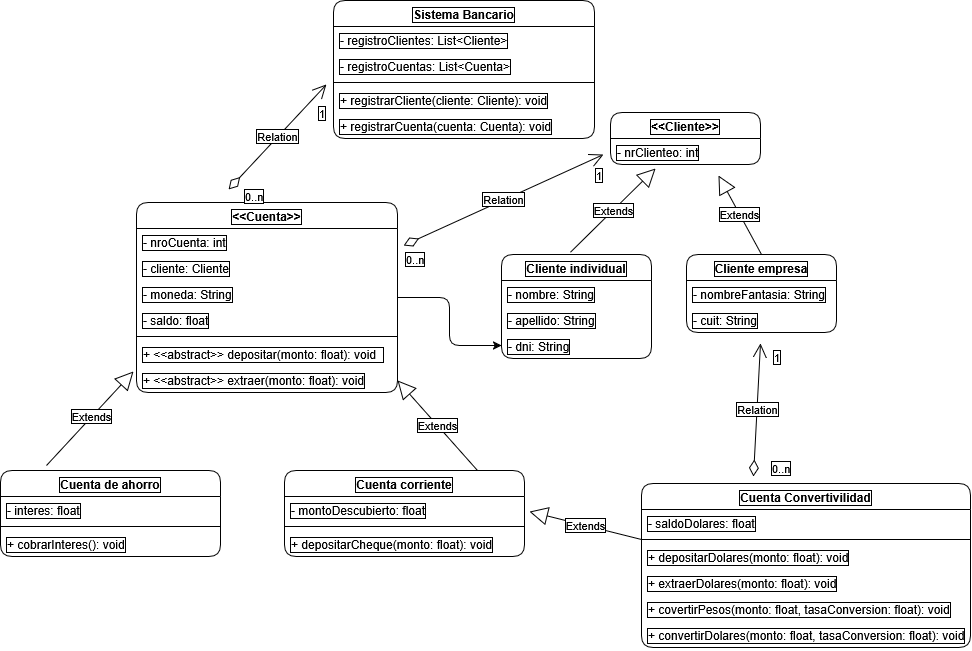
Above: java-poo/target/classes/docs/banco.drawio.png in cuervoponce/proyectos (draw.io), before the change. Source tidied: cells renumbered, new cells last; positions are measured from the earlier drawing's top-left corner, leaving out a move shared by most shapes.
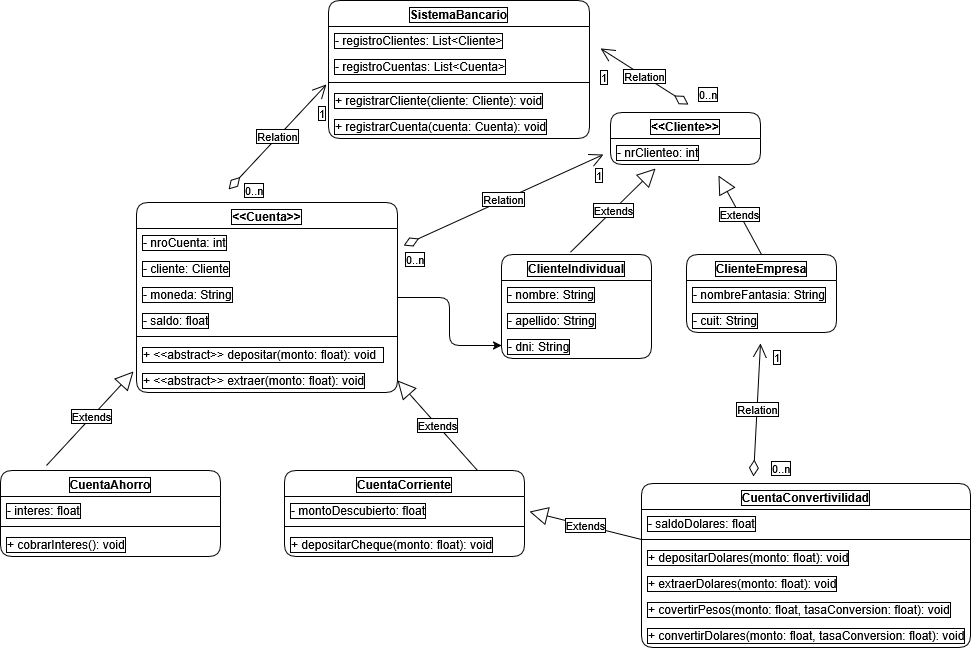
The same diagram one commit later.

Change to the diagram source:
```diff
@@ -29,7 +29,7 @@
     <mxCell id="10" value="+ &amp;lt;&amp;lt;abstract&amp;gt;&amp;gt; extraer(monto: float): void" style="text;strokeColor=none;fillColor=none;align=left;verticalAlign=top;spacingLeft=4;spacingRight=4;overflow=hidden;whiteSpace=wrap;html=1;fontColor=light-dark(#000000,#FFFFFF);labelBackgroundColor=light-dark(#FFFFFF,#000000);labelBorderColor=light-dark(#000000,#FFFFFF);rounded=1;" parent="3" vertex="1">
       <mxGeometry y="164" width="261" height="26" as="geometry" />
     </mxCell>
-    <mxCell id="11" value="Cliente individual" style="swimlane;fontStyle=1;align=center;verticalAlign=top;horizontal=1;startSize=26;whiteSpace=wrap;html=1;fontColor=light-dark(#000000,#FFFFFF);labelBackgroundColor=light-dark(#FFFFFF,#000000);labelBorderColor=light-dark(#000000,#FFFFFF);rounded=1;" parent="1" vertex="1">
+    <mxCell id="11" value="ClienteIndividual" style="swimlane;fontStyle=1;align=center;verticalAlign=top;horizontal=1;startSize=26;whiteSpace=wrap;html=1;fontColor=light-dark(#000000,#FFFFFF);labelBackgroundColor=light-dark(#FFFFFF,#000000);labelBorderColor=light-dark(#000000,#FFFFFF);rounded=1;" parent="1" vertex="1">
       <mxGeometry x="501" y="254" width="150" height="104" as="geometry" />
     </mxCell>
     <mxCell id="12" value="- nombre: String" style="text;strokeColor=none;fillColor=none;align=left;verticalAlign=top;spacingLeft=4;spacingRight=4;overflow=hidden;whiteSpace=wrap;html=1;fontColor=light-dark(#000000,#FFFFFF);labelBackgroundColor=light-dark(#FFFFFF,#000000);labelBorderColor=light-dark(#000000,#FFFFFF);rounded=1;" parent="11" vertex="1">
@@ -41,7 +41,7 @@
     <mxCell id="14" value="- dni: String" style="text;strokeColor=none;fillColor=none;align=left;verticalAlign=top;spacingLeft=4;spacingRight=4;overflow=hidden;points=[[0,0.5],[1,0.5]];portConstraint=eastwest;whiteSpace=wrap;html=1;fontColor=light-dark(#000000,#FFFFFF);labelBackgroundColor=light-dark(#FFFFFF,#000000);labelBorderColor=light-dark(#000000,#FFFFFF);rounded=1;" parent="11" vertex="1">
       <mxGeometry y="78" width="150" height="26" as="geometry" />
     </mxCell>
-    <mxCell id="15" value="Cliente empresa" style="swimlane;fontStyle=1;align=center;verticalAlign=top;horizontal=1;startSize=26;whiteSpace=wrap;html=1;fontColor=light-dark(#000000,#FFFFFF);labelBackgroundColor=light-dark(#FFFFFF,#000000);labelBorderColor=light-dark(#000000,#FFFFFF);rounded=1;" parent="1" vertex="1">
+    <mxCell id="15" value="ClienteEmpresa" style="swimlane;fontStyle=1;align=center;verticalAlign=top;horizontal=1;startSize=26;whiteSpace=wrap;html=1;fontColor=light-dark(#000000,#FFFFFF);labelBackgroundColor=light-dark(#FFFFFF,#000000);labelBorderColor=light-dark(#000000,#FFFFFF);rounded=1;" parent="1" vertex="1">
       <mxGeometry x="686" y="254" width="150" height="78" as="geometry" />
     </mxCell>
     <mxCell id="16" value="- nombreFantasia: String" style="text;strokeColor=none;fillColor=none;align=left;verticalAlign=top;spacingLeft=4;spacingRight=4;overflow=hidden;whiteSpace=wrap;html=1;fontColor=light-dark(#000000,#FFFFFF);labelBackgroundColor=light-dark(#FFFFFF,#000000);labelBorderColor=light-dark(#000000,#FFFFFF);rounded=1;" parent="15" vertex="1">
@@ -50,7 +50,7 @@
     <mxCell id="17" value="- cuit: String" style="text;strokeColor=none;fillColor=none;align=left;verticalAlign=top;spacingLeft=4;spacingRight=4;overflow=hidden;whiteSpace=wrap;html=1;fontColor=light-dark(#000000,#FFFFFF);labelBackgroundColor=light-dark(#FFFFFF,#000000);labelBorderColor=light-dark(#000000,#FFFFFF);rounded=1;" parent="15" vertex="1">
       <mxGeometry y="52" width="150" height="26" as="geometry" />
     </mxCell>
-    <mxCell id="18" value="Cuenta de ahorro" style="swimlane;fontStyle=1;align=center;verticalAlign=top;horizontal=1;startSize=26;whiteSpace=wrap;html=1;fontColor=light-dark(#000000,#FFFFFF);labelBackgroundColor=light-dark(#FFFFFF,#000000);labelBorderColor=light-dark(#000000,#FFFFFF);rounded=1;" parent="1" vertex="1">
+    <mxCell id="18" value="CuentaAhorro" style="swimlane;fontStyle=1;align=center;verticalAlign=top;horizontal=1;startSize=26;whiteSpace=wrap;html=1;fontColor=light-dark(#000000,#FFFFFF);labelBackgroundColor=light-dark(#FFFFFF,#000000);labelBorderColor=light-dark(#000000,#FFFFFF);rounded=1;" parent="1" vertex="1">
       <mxGeometry y="470" width="220" height="86" as="geometry" />
     </mxCell>
     <mxCell id="19" value="- interes: float" style="text;strokeColor=none;fillColor=none;align=left;verticalAlign=top;spacingLeft=4;spacingRight=4;overflow=hidden;whiteSpace=wrap;html=1;fontColor=light-dark(#000000,#FFFFFF);labelBackgroundColor=light-dark(#FFFFFF,#000000);labelBorderColor=light-dark(#000000,#FFFFFF);rounded=1;" parent="18" vertex="1">
@@ -62,7 +62,7 @@
     <mxCell id="21" value="+ cobrarInteres(): void" style="text;strokeColor=none;fillColor=none;align=left;verticalAlign=top;spacingLeft=4;spacingRight=4;overflow=hidden;whiteSpace=wrap;html=1;fontColor=light-dark(#000000,#FFFFFF);labelBackgroundColor=light-dark(#FFFFFF,#000000);labelBorderColor=light-dark(#000000,#FFFFFF);rounded=1;" parent="18" vertex="1">
       <mxGeometry y="60" width="220" height="26" as="geometry" />
     </mxCell>
-    <mxCell id="22" value="Cuenta corriente" style="swimlane;fontStyle=1;align=center;verticalAlign=top;horizontal=1;startSize=26;whiteSpace=wrap;html=1;fontColor=light-dark(#000000,#FFFFFF);labelBackgroundColor=light-dark(#FFFFFF,#000000);labelBorderColor=light-dark(#000000,#FFFFFF);rounded=1;" parent="1" vertex="1">
+    <mxCell id="22" value="CuentaCorriente" style="swimlane;fontStyle=1;align=center;verticalAlign=top;horizontal=1;startSize=26;whiteSpace=wrap;html=1;fontColor=light-dark(#000000,#FFFFFF);labelBackgroundColor=light-dark(#FFFFFF,#000000);labelBorderColor=light-dark(#000000,#FFFFFF);rounded=1;" parent="1" vertex="1">
       <mxGeometry x="284" y="470" width="240" height="86" as="geometry" />
     </mxCell>
     <mxCell id="23" value="- montoDescubierto: float" style="text;strokeColor=none;fillColor=none;align=left;verticalAlign=top;spacingLeft=4;spacingRight=4;overflow=hidden;whiteSpace=wrap;html=1;fontColor=light-dark(#000000,#FFFFFF);labelBackgroundColor=light-dark(#FFFFFF,#000000);labelBorderColor=light-dark(#000000,#FFFFFF);rounded=1;" parent="22" vertex="1">
@@ -82,7 +82,7 @@
     </mxCell>
     <mxCell id="27" value="0..n" style="edgeLabel;html=1;align=left;verticalAlign=top;fontColor=light-dark(#000000,#FFFFFF);labelBackgroundColor=light-dark(#FFFFFF,#000000);labelBorderColor=light-dark(#000000,#FFFFFF);rounded=1;" parent="26" vertex="1">
       <mxGeometry x="-1" relative="1" as="geometry">
-        <mxPoint x="14" y="-7" as="offset" />
+        <mxPoint x="14" y="-13" as="offset" />
       </mxGeometry>
     </mxCell>
     <mxCell id="28" value="1" style="edgeLabel;html=1;align=right;verticalAlign=top;fontColor=light-dark(#000000,#FFFFFF);labelBackgroundColor=light-dark(#FFFFFF,#000000);labelBorderColor=light-dark(#000000,#FFFFFF);rounded=1;" parent="26" vertex="1">
@@ -155,7 +155,7 @@
         <mxPoint x="529" y="511" as="targetPoint" />
       </mxGeometry>
     </mxCell>
-    <mxCell id="42" value="Cuenta Convertivilidad" style="swimlane;fontStyle=1;align=center;verticalAlign=top;horizontal=1;startSize=26;whiteSpace=wrap;html=1;fontColor=light-dark(#000000,#FFFFFF);labelBackgroundColor=light-dark(#FFFFFF,#000000);labelBorderColor=light-dark(#000000,#FFFFFF);rounded=1;" parent="1" vertex="1">
+    <mxCell id="42" value="CuentaConvertivilidad" style="swimlane;fontStyle=1;align=center;verticalAlign=top;horizontal=1;startSize=26;whiteSpace=wrap;html=1;fontColor=light-dark(#000000,#FFFFFF);labelBackgroundColor=light-dark(#FFFFFF,#000000);labelBorderColor=light-dark(#000000,#FFFFFF);rounded=1;" parent="1" vertex="1">
       <mxGeometry x="641" y="483" width="329" height="164" as="geometry" />
     </mxCell>
     <mxCell id="43" value="- saldoDolares: float" style="text;strokeColor=none;fillColor=none;align=left;verticalAlign=top;spacingLeft=4;spacingRight=4;overflow=hidden;whiteSpace=wrap;html=1;fontColor=light-dark(#000000,#FFFFFF);labelBackgroundColor=light-dark(#FFFFFF,#000000);labelBorderColor=light-dark(#000000,#FFFFFF);rounded=1;" parent="42" vertex="1">
@@ -176,8 +176,8 @@
     <mxCell id="48" value="+ convertirDolares(monto: float, tasaConversion: float): void" style="text;strokeColor=none;fillColor=none;align=left;verticalAlign=top;spacingLeft=4;spacingRight=4;overflow=hidden;whiteSpace=wrap;html=1;fontColor=light-dark(#000000,#FFFFFF);labelBackgroundColor=light-dark(#FFFFFF,#000000);labelBorderColor=light-dark(#000000,#FFFFFF);rounded=1;" parent="42" vertex="1">
       <mxGeometry y="138" width="329" height="26" as="geometry" />
     </mxCell>
-    <mxCell id="49" value="Sistema Bancario" style="swimlane;fontStyle=1;align=center;verticalAlign=top;horizontal=1;startSize=26;whiteSpace=wrap;html=1;fontColor=light-dark(#000000,#FFFFFF);labelBackgroundColor=light-dark(#FFFFFF,#000000);labelBorderColor=light-dark(#000000,#FFFFFF);rounded=1;" parent="1" vertex="1">
-      <mxGeometry x="333" width="261" height="138" as="geometry" />
+    <mxCell id="49" value="SistemaBancario" style="swimlane;fontStyle=1;align=center;verticalAlign=top;horizontal=1;startSize=26;whiteSpace=wrap;html=1;fontColor=light-dark(#000000,#FFFFFF);labelBackgroundColor=light-dark(#FFFFFF,#000000);labelBorderColor=light-dark(#000000,#FFFFFF);rounded=1;" parent="1" vertex="1">
+      <mxGeometry x="328" width="261" height="138" as="geometry" />
     </mxCell>
     <mxCell id="50" value="- registroClientes: List&amp;lt;Cliente&amp;gt;" style="text;strokeColor=none;fillColor=none;align=left;verticalAlign=top;spacingLeft=4;spacingRight=4;overflow=hidden;whiteSpace=wrap;html=1;fontColor=light-dark(#000000,#FFFFFF);labelBackgroundColor=light-dark(#FFFFFF,#000000);labelBorderColor=light-dark(#000000,#FFFFFF);rounded=1;" parent="49" vertex="1">
       <mxGeometry y="26" width="261" height="26" as="geometry" />
@@ -194,5 +194,21 @@
     <mxCell id="54" value="+ registrarCuenta(cuenta: Cuenta): void" style="text;strokeColor=none;fillColor=none;align=left;verticalAlign=top;spacingLeft=4;spacingRight=4;overflow=hidden;whiteSpace=wrap;html=1;fontColor=light-dark(#000000,#FFFFFF);labelBackgroundColor=light-dark(#FFFFFF,#000000);labelBorderColor=light-dark(#000000,#FFFFFF);rounded=1;" parent="49" vertex="1">
       <mxGeometry y="112" width="261" height="26" as="geometry" />
     </mxCell>
+    <mxCell id="55" value="Relation" style="endArrow=open;html=1;endSize=12;startArrow=diamondThin;startSize=14;startFill=0;rounded=1;fontColor=light-dark(#000000,#FFFFFF);labelBackgroundColor=light-dark(#FFFFFF,#000000);labelBorderColor=light-dark(#000000,#FFFFFF);" parent="1" edge="1">
+      <mxGeometry relative="1" as="geometry">
+        <mxPoint x="688" y="104" as="sourcePoint" />
+        <mxPoint x="600" y="48" as="targetPoint" />
+      </mxGeometry>
+    </mxCell>
+    <mxCell id="56" value="0..n" style="edgeLabel;html=1;align=left;verticalAlign=top;fontColor=light-dark(#000000,#FFFFFF);labelBackgroundColor=light-dark(#FFFFFF,#000000);labelBorderColor=light-dark(#000000,#FFFFFF);rounded=1;" parent="55" vertex="1">
+      <mxGeometry x="-1" relative="1" as="geometry">
+        <mxPoint x="8" y="-24" as="offset" />
+      </mxGeometry>
+    </mxCell>
+    <mxCell id="57" value="1" style="edgeLabel;html=1;align=right;verticalAlign=top;fontColor=light-dark(#000000,#FFFFFF);labelBackgroundColor=light-dark(#FFFFFF,#000000);labelBorderColor=light-dark(#000000,#FFFFFF);rounded=1;" parent="55" vertex="1">
+      <mxGeometry x="1" relative="1" as="geometry">
+        <mxPoint x="8" y="15" as="offset" />
+      </mxGeometry>
+    </mxCell>
   </root>
 </mxGraphModel>
```
